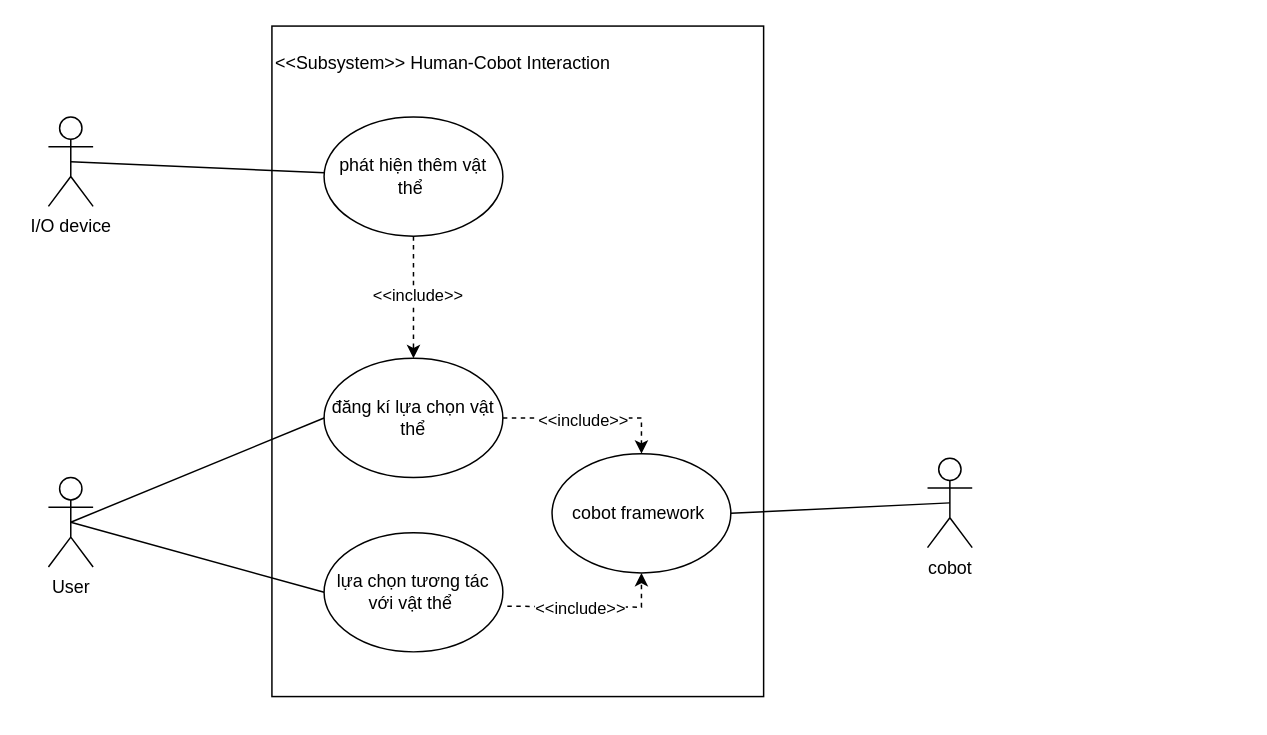
This is user_diagram.drawio from LTDat-HustK65/GP, a draw.io file, before an edit. Source tidied: cells renumbered, new cells numbered last; positions are measured from the earlier drawing's top-left corner, leaving out a move shared by most shapes. Both pictures are drawn from the tidied source at 149%, with x=0, y=0 at pixel (48, 25).
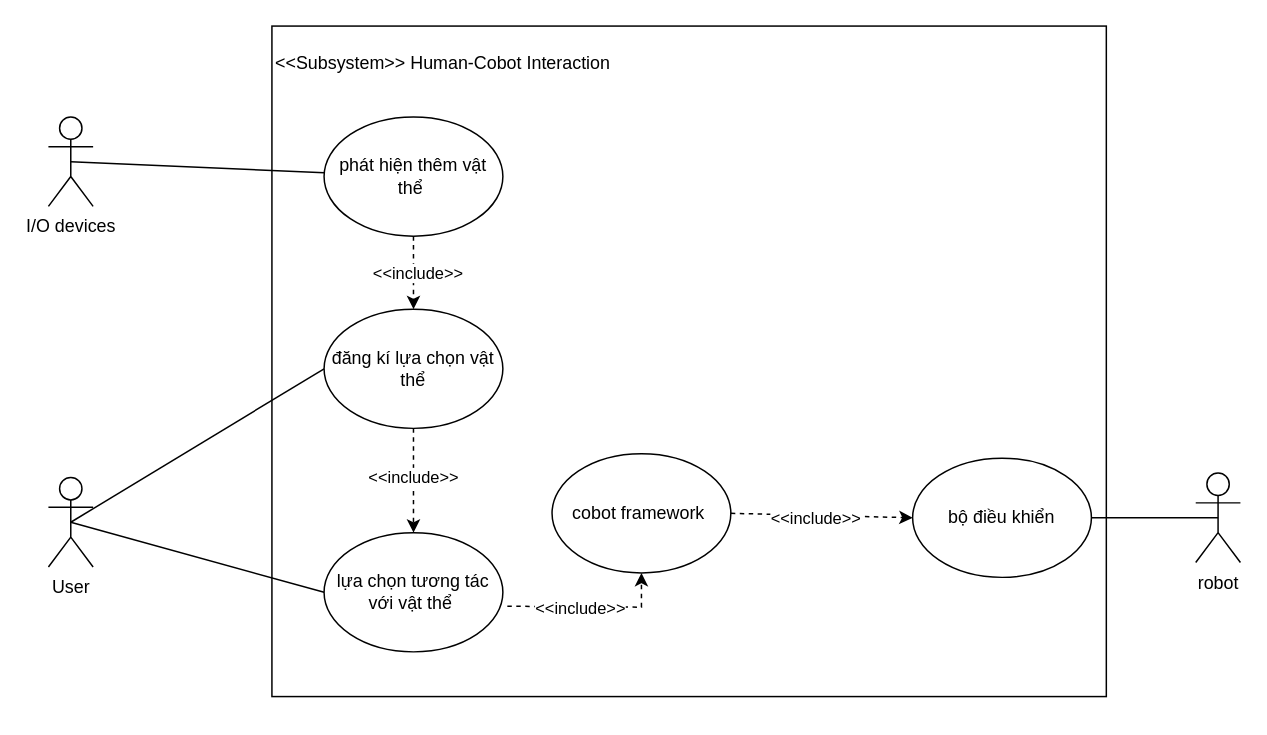
After the change.

Commit message:
Cập nhật user_diagram.drawio

Unchanged cells that the change refers to:
```xml
<mxCell id="7" value="lựa chọn tương tác với vật thể&amp;nbsp;" style="ellipse;whiteSpace=wrap;html=1;" parent="1" vertex="1">
  <mxGeometry x="185" y="340" width="120" height="80" as="geometry" />
</mxCell>
<mxCell id="9" value="cobot framework&amp;nbsp;" style="ellipse;whiteSpace=wrap;html=1;" parent="1" vertex="1">
  <mxGeometry x="338" y="287" width="120" height="80" as="geometry" />
</mxCell>
```

What changed in the source:
```diff
@@
-    <mxCell id="2" value="I/O device" style="shape=umlActor;verticalLabelPosition=bottom;verticalAlign=top;html=1;outlineConnect=0;" parent="1" vertex="1">
+    <mxCell id="2" value="I/O devices" style="shape=umlActor;verticalLabelPosition=bottom;verticalAlign=top;html=1;outlineConnect=0;" parent="1" vertex="1">
       <mxGeometry y="61" width="30" height="60" as="geometry" />
     </mxCell>
@@
     <mxCell id="4" style="rounded=0;whiteSpace=wrap;html=1;align=center;" parent="1" vertex="1">
-      <mxGeometry x="150" width="330" height="450" as="geometry" />
+      <mxGeometry x="150" width="560" height="450" as="geometry" />
     </mxCell>
@@
     <mxCell id="6" value="đăng kí lựa chọn vật thể" style="ellipse;whiteSpace=wrap;html=1;" parent="1" vertex="1">
-      <mxGeometry x="185" y="223" width="120" height="80" as="geometry" />
+      <mxGeometry x="185" y="190" width="120" height="80" as="geometry" />
     </mxCell>
@@
-    <mxCell id="8" value="cobot" style="shape=umlActor;verticalLabelPosition=bottom;verticalAlign=top;html=1;outlineConnect=0;" parent="1" vertex="1">
-      <mxGeometry x="590" y="290" width="30" height="60" as="geometry" />
+    <mxCell id="8" value="robot" style="shape=umlActor;verticalLabelPosition=bottom;verticalAlign=top;html=1;outlineConnect=0;" parent="1" vertex="1">
+      <mxGeometry x="770" y="300" width="30" height="60" as="geometry" />
     </mxCell>
@@
-    <mxCell id="11" style="endArrow=none;html=1;rounded=0;exitX=1;exitY=0.5;exitDx=0;exitDy=0;entryX=0.5;entryY=0.5;entryDx=0;entryDy=0;entryPerimeter=0;" parent="1" edge="1" source="9" target="8">
-      <mxGeometry relative="1" as="geometry" />
-    </mxCell>
@@
-    <mxCell id="17" style="dashed=1;endArrow=classic;html=1;rounded=0;exitX=1;exitY=0.5;exitDx=0;exitDy=0;entryX=0.5;entryY=0;entryDx=0;entryDy=0;" parent="1" edge="1" source="6" target="9">
-      <mxGeometry relative="1" as="geometry">
-        <Array as="points">
-          <mxPoint x="398" y="263" />
-        </Array>
-      </mxGeometry>
+    <mxCell id="17" style="dashed=1;endArrow=classic;html=1;rounded=0;exitX=0.5;exitY=1;exitDx=0;exitDy=0;entryX=0.5;entryY=0;entryDx=0;entryDy=0;" parent="1" edge="1" source="6" target="7">
+      <mxGeometry relative="1" as="geometry" />
     </mxCell>
@@
+    <mxCell id="23" value="bộ điều khiển" style="ellipse;whiteSpace=wrap;html=1;" parent="1" vertex="1">
+      <mxGeometry x="580" y="290" width="120" height="80" as="geometry" />
+    </mxCell>
+    <mxCell id="24" style="endArrow=none;html=1;rounded=0;exitX=0.5;exitY=0.5;exitDx=0;exitDy=0;exitPerimeter=0;entryX=1;entryY=0.5;entryDx=0;entryDy=0;" parent="1" edge="1" source="8" target="23">
+      <mxGeometry relative="1" as="geometry" />
+    </mxCell>
+    <mxCell id="25" style="dashed=1;endArrow=classic;html=1;rounded=0;exitX=1;exitY=0.5;exitDx=0;exitDy=0;entryX=0;entryY=0.5;entryDx=0;entryDy=0;" parent="1" edge="1" source="9" target="23">
+      <mxGeometry relative="1" as="geometry" />
+    </mxCell>
+    <mxCell id="26" value="&amp;lt;&amp;lt;include&amp;gt;&amp;gt;" style="edgeLabel;html=1;align=center;verticalAlign=middle;" parent="25" vertex="1">
+      <mxGeometry x="-0.07" y="-2" relative="1" as="geometry" />
+    </mxCell>
```
